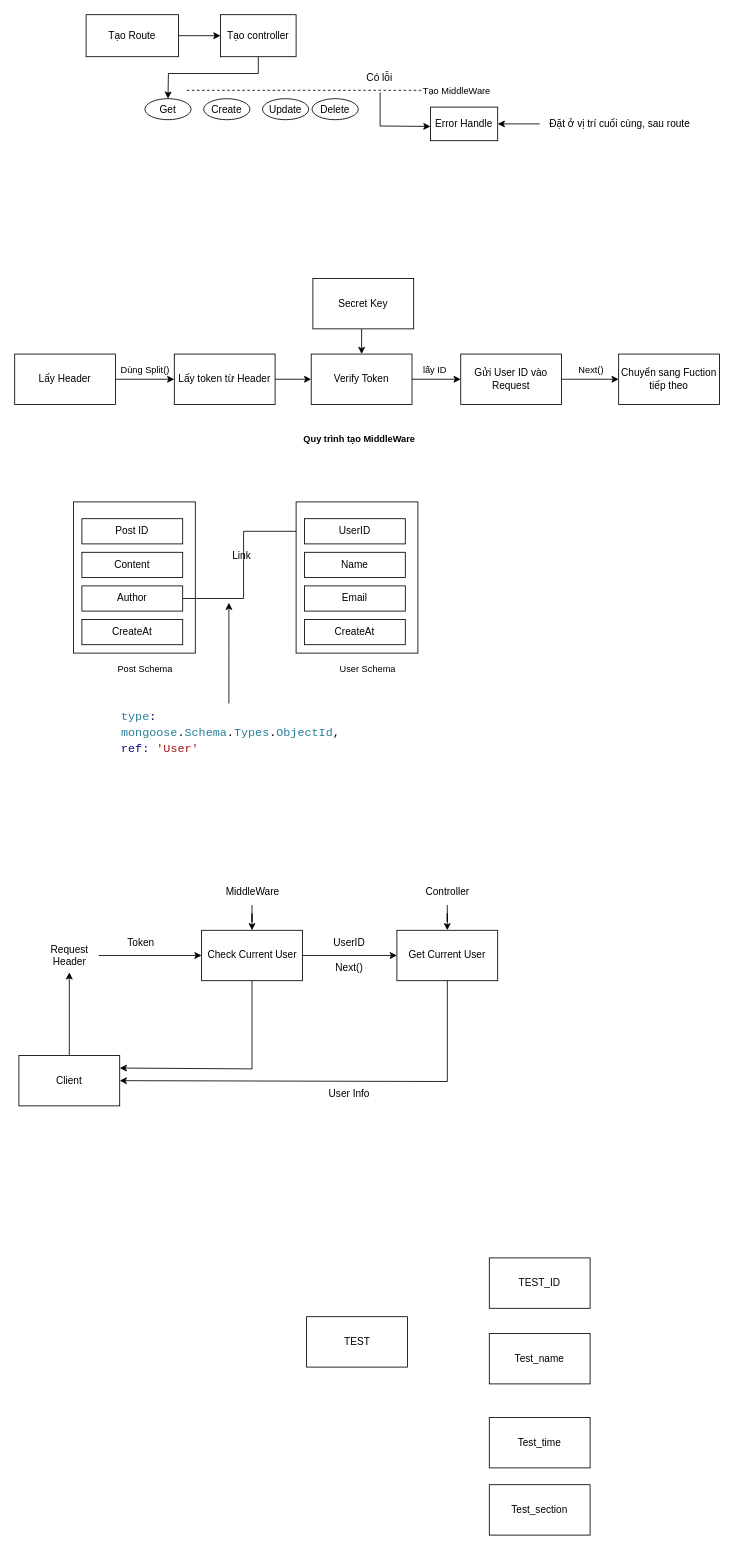
The draw.io diagram Untitled Diagram.drawio in sqhqk58/IELTS, before the edit. Source tidied: cells renumbered, new cells numbered last; positions are measured from the earlier drawing's top-left corner, leaving out a move shared by most shapes. Both pictures are drawn from the tidied source at 84%, with x=0, y=0 at pixel (14, 14).
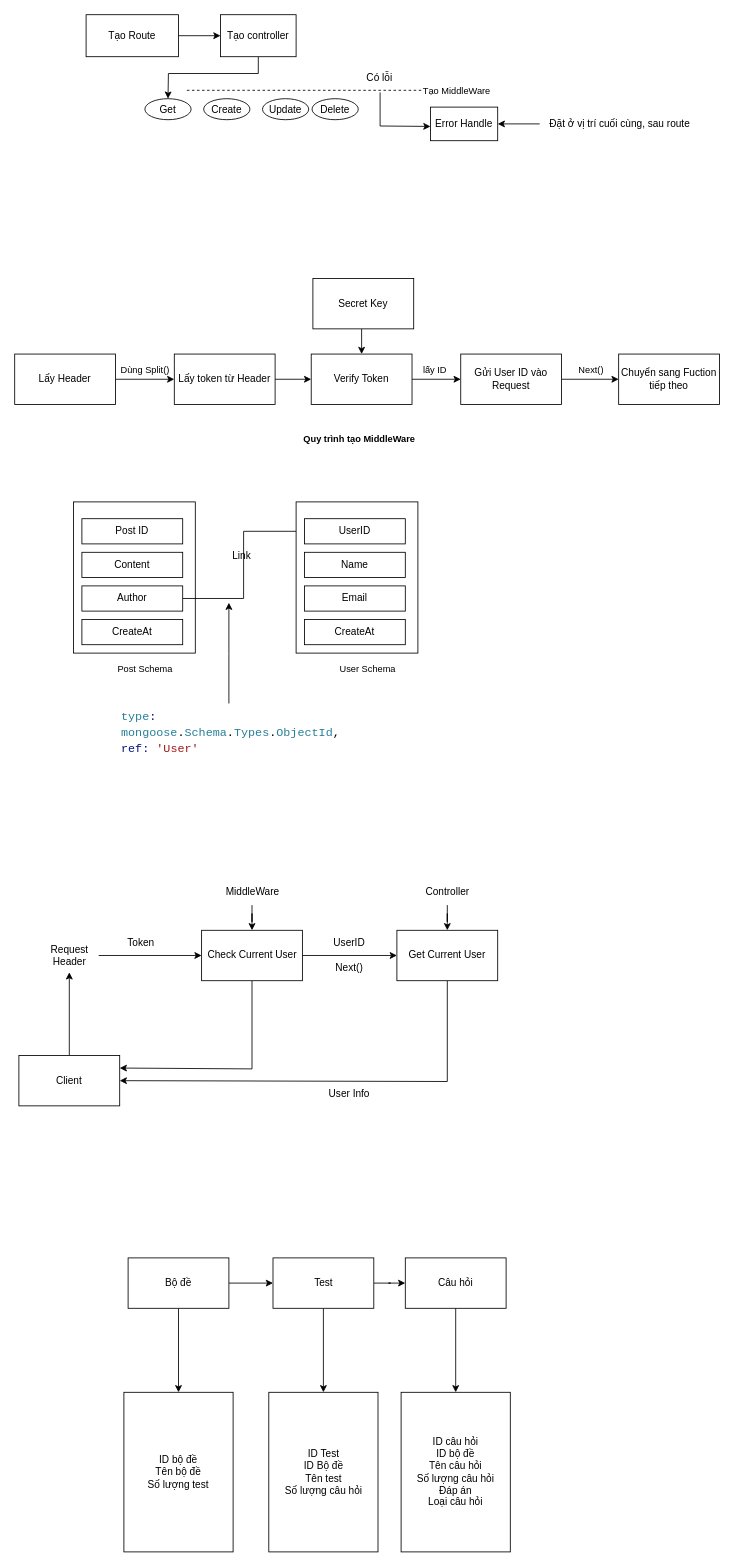
Above is the later version.

Commit message:
NEXTIELTS ROAD MAP

Change to the diagram source:
```diff
@@
-    <mxCell id="65" value="TEST" style="rounded=0;whiteSpace=wrap;html=1;" parent="1" vertex="1">
-      <mxGeometry x="347.5" y="1550" width="120" height="60" as="geometry" />
-    </mxCell>
-    <mxCell id="66" value="TEST_ID" style="rounded=0;whiteSpace=wrap;html=1;" parent="1" vertex="1">
-      <mxGeometry x="565" y="1480" width="120" height="60" as="geometry" />
-    </mxCell>
-    <mxCell id="67" value="Test_name" style="whiteSpace=wrap;html=1;" parent="1" vertex="1">
-      <mxGeometry x="565" y="1570" width="120" height="60" as="geometry" />
-    </mxCell>
-    <mxCell id="68" value="Test_time" style="whiteSpace=wrap;html=1;" parent="1" vertex="1">
-      <mxGeometry x="565" y="1670" width="120" height="60" as="geometry" />
-    </mxCell>
-    <mxCell id="69" value="Test_section" style="whiteSpace=wrap;html=1;" parent="1" vertex="1">
-      <mxGeometry x="565" y="1750" width="120" height="60" as="geometry" />
-    </mxCell>
+    <mxCell id="70" style="edgeStyle=orthogonalEdgeStyle;rounded=0;jettySize=auto;html=1;entryX=0;entryY=0.5;entryDx=0;entryDy=0;" parent="1" edge="1" source="72" target="75">
+      <mxGeometry relative="1" as="geometry" />
+    </mxCell>
+    <mxCell id="71" style="edgeStyle=orthogonalEdgeStyle;rounded=0;jettySize=auto;html=1;" parent="1" edge="1" source="72" target="78">
+      <mxGeometry relative="1" as="geometry" />
+    </mxCell>
+    <mxCell id="72" value="Bộ đề" style="rounded=0;whiteSpace=wrap;html=1;" parent="1" vertex="1">
+      <mxGeometry x="135" y="1480" width="120" height="60" as="geometry" />
+    </mxCell>
+    <mxCell id="73" style="edgeStyle=orthogonalEdgeStyle;rounded=0;jettySize=auto;html=1;" parent="1" edge="1" source="75" target="77">
+      <mxGeometry relative="1" as="geometry" />
+    </mxCell>
+    <mxCell id="74" style="edgeStyle=orthogonalEdgeStyle;rounded=0;jettySize=auto;html=1;" parent="1" edge="1" source="75" target="79">
+      <mxGeometry relative="1" as="geometry" />
+    </mxCell>
+    <mxCell id="75" value="Test" style="whiteSpace=wrap;html=1;" parent="1" vertex="1">
+      <mxGeometry x="307.5" y="1480" width="120" height="60" as="geometry" />
+    </mxCell>
+    <mxCell id="76" style="edgeStyle=orthogonalEdgeStyle;rounded=0;jettySize=auto;html=1;entryX=0.5;entryY=0;entryDx=0;entryDy=0;" parent="1" edge="1" source="77" target="80">
+      <mxGeometry relative="1" as="geometry" />
+    </mxCell>
+    <mxCell id="77" value="Câu hỏi" style="whiteSpace=wrap;html=1;" parent="1" vertex="1">
+      <mxGeometry x="465" y="1480" width="120" height="60" as="geometry" />
+    </mxCell>
+    <mxCell id="78" value="ID bộ đề&lt;br&gt;Tên bộ đề&lt;br&gt;Số lượng test" style="whiteSpace=wrap;html=1;" parent="1" vertex="1">
+      <mxGeometry x="130" y="1640" width="130" height="190" as="geometry" />
+    </mxCell>
+    <mxCell id="79" value="ID Test&lt;br&gt;ID Bộ đề&lt;br&gt;Tên test&lt;br&gt;Số lượng câu hỏi" style="whiteSpace=wrap;html=1;" parent="1" vertex="1">
+      <mxGeometry x="302.5" y="1640" width="130" height="190" as="geometry" />
+    </mxCell>
+    <mxCell id="80" value="ID câu hỏi&lt;br&gt;ID bộ đề&lt;br&gt;Tên câu hỏi&lt;br&gt;Số lượng câu hỏi&lt;br&gt;Đáp án&lt;br&gt;Loại câu hỏi" style="whiteSpace=wrap;html=1;" parent="1" vertex="1">
+      <mxGeometry x="460" y="1640" width="130" height="190" as="geometry" />
+    </mxCell>
```
